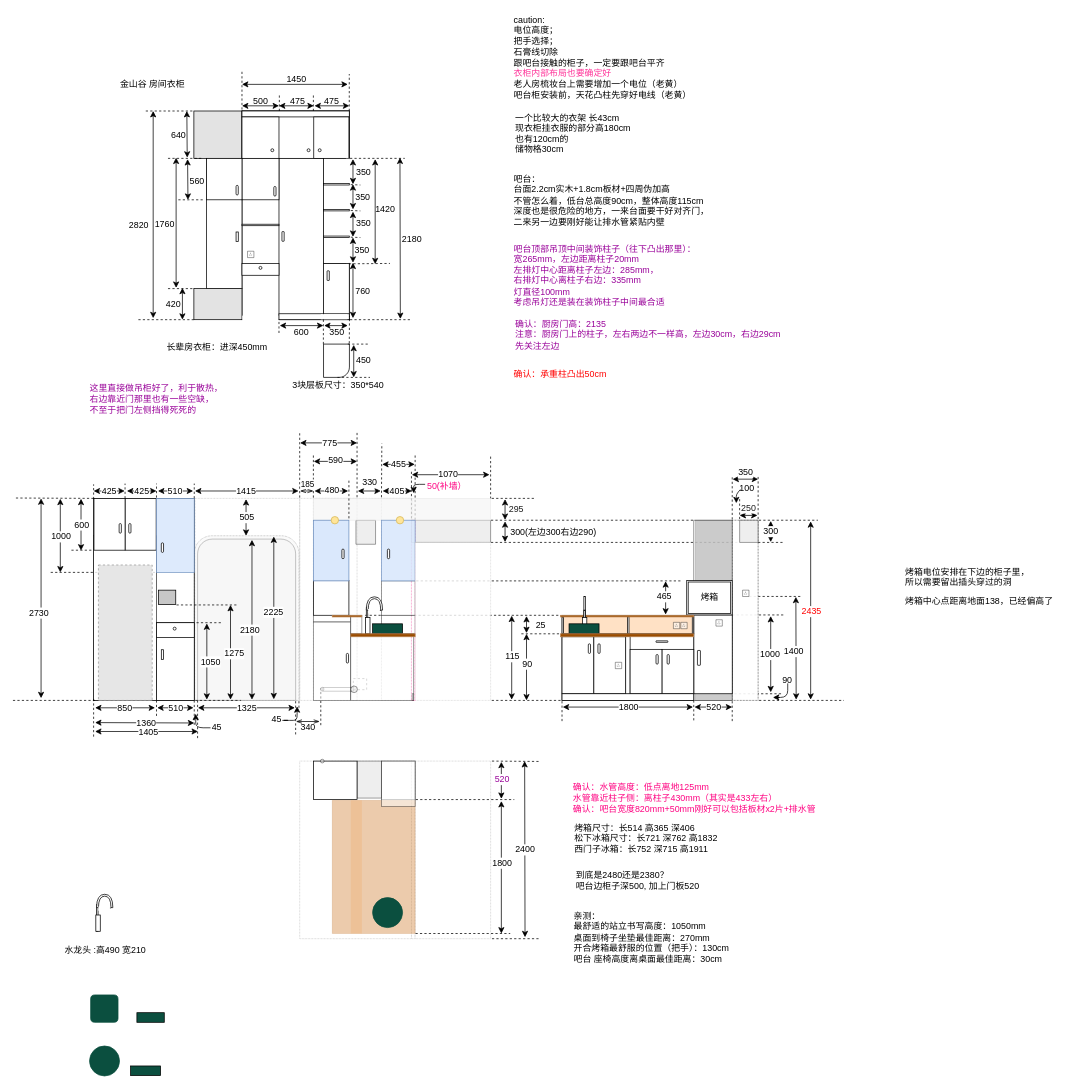
Before: page "Page-1" (1 of 3) of result/装修图07170617.drawio in Soffiaa/getTitles, a draw.io diagram. Source tidied: cells renumbered, new cells numbered last; positions are measured from the earlier drawing's top-left corner, leaving out a move shared by most shapes. Both pictures are drawn from the tidied source at 74%, with x=0, y=0 at pixel (13, 13). Pictures stored in the file or linked from it are replaced by grey dashed boxes.
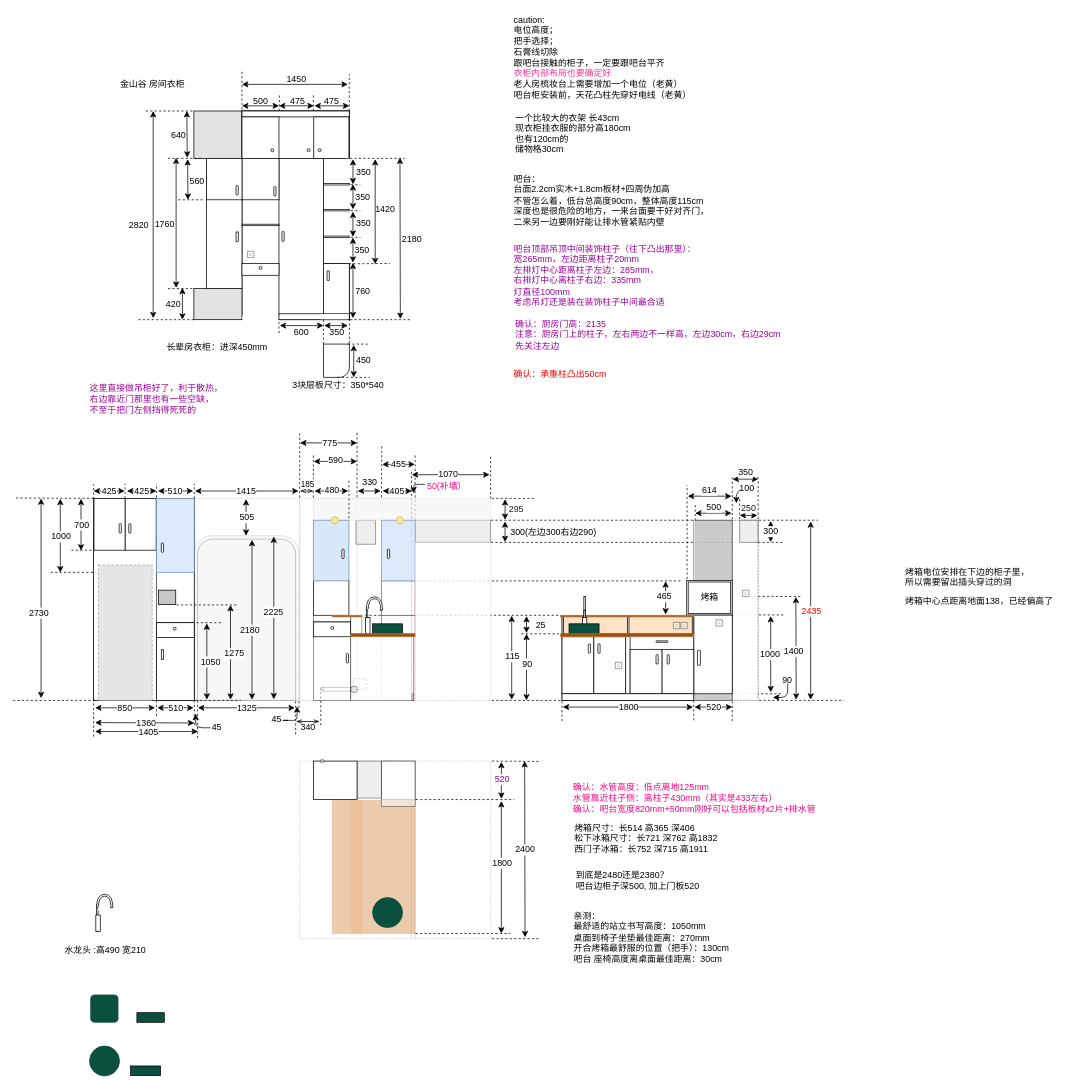
The same diagram, later.

The change refers to these unchanged cells:
```xml
<mxCell id="338" style="group;" parent="320" vertex="1">
  <mxGeometry x="-54" y="-14" width="109.5" height="520" as="geometry" />
</mxCell>
<mxCell id="409" style="endArrow=classic;startArrow=classic;html=1;" parent="1" edge="1">
  <mxGeometry relative="1" as="geometry">
    <mxPoint x="92" y="726.5" as="sourcePoint" />
    <mxPoint x="92" y="656.5" as="targetPoint" />
  </mxGeometry>
</mxCell>
```

Change to the diagram source:
```diff
@@
+    <mxCell id="428" style="rounded=0;whiteSpace=wrap;html=1;" parent="338" vertex="1">
+      <mxGeometry x="-1" y="-2" width="50" height="20" as="geometry" />
+    </mxCell>
+    <mxCell id="429" style="ellipse;whiteSpace=wrap;html=1;rounded=0;fillColor=#FFFFFF;" parent="338" vertex="1">
+      <mxGeometry x="22.5" y="4" width="4" height="4" as="geometry" />
+    </mxCell>
@@
-    <mxCell id="410" value="600" style="text;html=1;align=center;verticalAlign=middle;labelBackgroundColor=#ffffff;fontColor=#000000;" parent="409" vertex="1">
+    <mxCell id="410" value="700" style="text;html=1;align=center;verticalAlign=middle;labelBackgroundColor=#ffffff;fontColor=#000000;" parent="409" vertex="1">
       <mxGeometry x="-0.03" y="1" relative="1" as="geometry">
         <mxPoint x="1" y="-1" as="offset" />
       </mxGeometry>
     </mxCell>
@@
+    <mxCell id="430" style="endArrow=none;dashed=1;html=1;" parent="1" edge="1">
+      <mxGeometry relative="1" as="geometry">
+        <mxPoint x="911" y="765" as="sourcePoint" />
+        <mxPoint x="911" y="638" as="targetPoint" />
+      </mxGeometry>
+    </mxCell>
+    <mxCell id="431" style="endArrow=classic;startArrow=classic;html=1;" parent="1" edge="1">
+      <mxGeometry relative="1" as="geometry">
+        <mxPoint x="912" y="653" as="sourcePoint" />
+        <mxPoint x="971" y="653" as="targetPoint" />
+      </mxGeometry>
+    </mxCell>
+    <mxCell id="432" value="614" style="text;html=1;align=center;verticalAlign=middle;labelBackgroundColor=#ffffff;fontColor=#000000;" parent="431" vertex="1">
+      <mxGeometry x="-0.33" y="-4" relative="1" as="geometry">
+        <mxPoint x="8" y="-13" as="offset" />
+      </mxGeometry>
+    </mxCell>
+    <mxCell id="433" style="endArrow=none;dashed=1;html=1;" parent="1" edge="1">
+      <mxGeometry relative="1" as="geometry">
+        <mxPoint x="922" y="665" as="sourcePoint" />
+        <mxPoint x="922" y="685" as="targetPoint" />
+      </mxGeometry>
+    </mxCell>
+    <mxCell id="434" style="endArrow=classic;startArrow=classic;html=1;" parent="1" edge="1">
+      <mxGeometry relative="1" as="geometry">
+        <mxPoint x="922" y="676" as="sourcePoint" />
+        <mxPoint x="971" y="676" as="targetPoint" />
+      </mxGeometry>
+    </mxCell>
+    <mxCell id="435" value="500" style="text;html=1;align=center;verticalAlign=middle;labelBackgroundColor=#ffffff;fontColor=#000000;" parent="434" vertex="1">
+      <mxGeometry x="-0.33" y="-4" relative="1" as="geometry">
+        <mxPoint x="8" y="-13" as="offset" />
+      </mxGeometry>
+    </mxCell>
```
